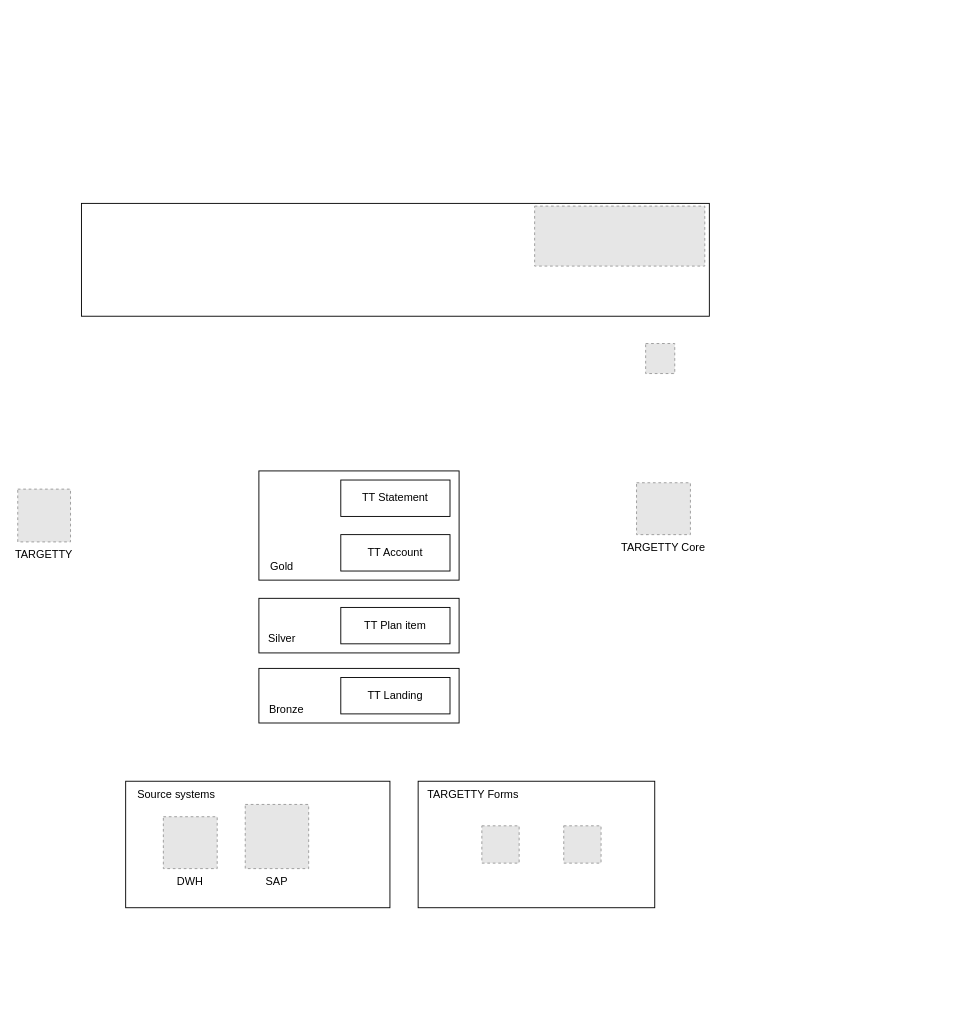
Before: page "TARGETTY" (1 of 3) of TARGETTY_architecture.drawio in lhlavac/Architecture, a draw.io diagram. Source tidied: cells renumbered, new cells numbered last; positions are measured from the earlier drawing's top-left corner, leaving out a move shared by most shapes. Both pictures are drawn from the tidied source at 91%, with x=0, y=0 at pixel (17, 203). Pictures stored in the file or linked from it are replaced by grey dashed boxes.
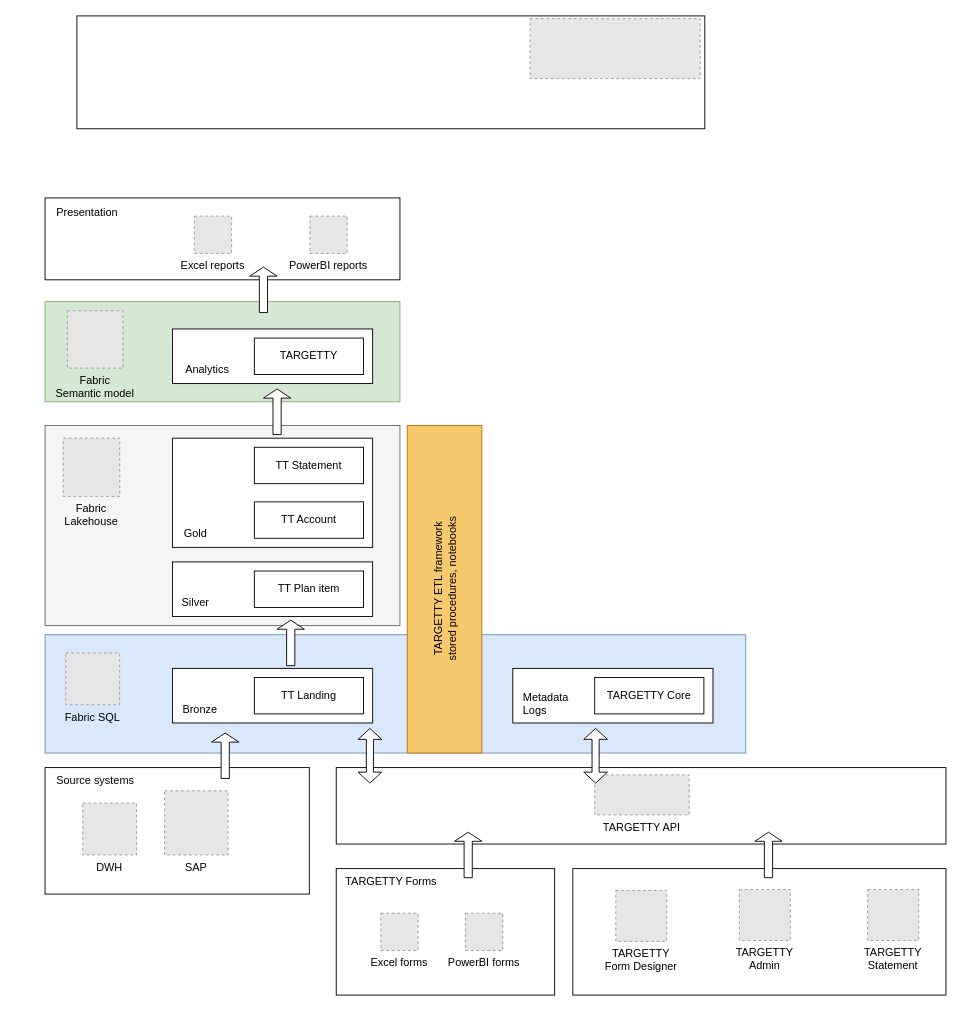
The same diagram, later.

Change to the diagram source:
```diff
@@
+    <mxCell id="25" style="rounded=0;whiteSpace=wrap;html=1;" parent="1" vertex="1">
+      <mxGeometry x="610" y="731" width="410" height="139" as="geometry" />
+    </mxCell>
+    <mxCell id="26" style="rounded=0;whiteSpace=wrap;html=1;" parent="1" vertex="1">
+      <mxGeometry x="350" y="620" width="670" height="84" as="geometry" />
+    </mxCell>
+    <mxCell id="27" style="rounded=0;whiteSpace=wrap;html=1;fillColor=#d5e8d4;strokeColor=#82b366;" parent="1" vertex="1">
+      <mxGeometry x="30" y="108" width="390" height="110" as="geometry" />
+    </mxCell>
+    <mxCell id="28" style="rounded=0;whiteSpace=wrap;html=1;fillColor=#f5f5f5;strokeColor=#666666;fontColor=#333333;" parent="1" vertex="1">
+      <mxGeometry x="30" y="244" width="390" height="220" as="geometry" />
+    </mxCell>
+    <mxCell id="29" style="rounded=0;whiteSpace=wrap;html=1;fillColor=#dae8fc;strokeColor=#6c8ebf;" parent="1" vertex="1">
+      <mxGeometry x="30" y="474" width="770" height="130" as="geometry" />
+    </mxCell>
     <mxCell id="2" style="rounded=0;whiteSpace=wrap;html=1;" parent="1" vertex="1">
-      <mxGeometry x="440" y="635" width="260" height="139" as="geometry" />
+      <mxGeometry x="350" y="731" width="240" height="139" as="geometry" />
     </mxCell>
     <mxCell id="3" style="rounded=0;whiteSpace=wrap;html=1;" parent="1" vertex="1">
-      <mxGeometry x="118.6" y="635" width="290.4" height="139" as="geometry" />
+      <mxGeometry x="30" y="620" width="290.4" height="139" as="geometry" />
     </mxCell>
     <mxCell id="4" style="rounded=0;whiteSpace=wrap;html=1;" parent="1" vertex="1">
-      <mxGeometry x="265" y="294" width="220" height="120" as="geometry" />
+      <mxGeometry x="170" y="258" width="220" height="120" as="geometry" />
     </mxCell>
     <mxCell id="5" style="rounded=0;whiteSpace=wrap;html=1;" parent="1" vertex="1">
-      <mxGeometry x="265" y="434" width="220" height="60" as="geometry" />
+      <mxGeometry x="170" y="394" width="220" height="60" as="geometry" />
     </mxCell>
     <mxCell id="6" style="rounded=0;whiteSpace=wrap;html=1;" parent="1" vertex="1">
-      <mxGeometry x="265" y="511" width="220" height="60" as="geometry" />
+      <mxGeometry x="170" y="511" width="220" height="60" as="geometry" />
     </mxCell>
     <mxCell id="7" style="rounded=0;whiteSpace=wrap;html=1;" parent="1" vertex="1">
-      <mxGeometry x="70" width="690" height="124" as="geometry" />
+      <mxGeometry x="65" y="-206" width="690" height="124" as="geometry" />
     </mxCell>
     <mxCell id="8" style="fillColor=#E6E6E6;strokeColor=#999999;dashed=1;verticalLabelPosition=bottom;labelBackgroundColor=default;verticalAlign=top;" parent="1" vertex="1">
-      <mxGeometry x="568" y="3" width="187" height="65.9" as="geometry" />
+      <mxGeometry x="563" y="-203" width="187" height="65.9" as="geometry" />
     </mxCell>
-    <mxCell id="9" value="TARGETTY Core" style="fillColor=#E6E6E6;strokeColor=#999999;dashed=1;verticalLabelPosition=bottom;labelBackgroundColor=default;verticalAlign=top;" parent="1" vertex="1">
-      <mxGeometry x="680" y="307" width="59.2" height="57" as="geometry" />
+    <mxCell id="9" value="Fabric SQL" style="fillColor=#E6E6E6;strokeColor=#999999;dashed=1;verticalLabelPosition=bottom;labelBackgroundColor=#DAE8FC;verticalAlign=top;" parent="1" vertex="1">
+      <mxGeometry x="52.8" y="494" width="59.2" height="57" as="geometry" />
     </mxCell>
-    <mxCell id="10" value="TARGETTY" style="fillColor=#E6E6E6;strokeColor=#999999;dashed=1;verticalLabelPosition=bottom;verticalAlign=top;" parent="1" vertex="1">
-      <mxGeometry y="314" width="58" height="58" as="geometry" />
-    </mxCell>
-    <mxCell id="11" style="fillColor=#E6E6E6;strokeColor=#999999;dashed=1;verticalLabelPosition=bottom;verticalAlign=top;" parent="1" vertex="1">
-      <mxGeometry x="690" y="154" width="32" height="33" as="geometry" />
+    <mxCell id="11" value="Fabric&#10;Semantic model" style="fillColor=#E6E6E6;strokeColor=#999999;dashed=1;verticalLabelPosition=bottom;verticalAlign=top;" parent="1" vertex="1">
+      <mxGeometry x="54.5" y="118" width="61.1" height="63" as="geometry" />
     </mxCell>
     <mxCell id="12" value="TT Landing" style="rounded=0;whiteSpace=wrap;html=1;" parent="1" vertex="1">
-      <mxGeometry x="355" y="521" width="120" height="40" as="geometry" />
+      <mxGeometry x="260" y="521" width="120" height="40" as="geometry" />
     </mxCell>
     <mxCell id="13" value="TT Plan item" style="rounded=0;whiteSpace=wrap;html=1;" parent="1" vertex="1">
-      <mxGeometry x="355" y="444" width="120" height="40" as="geometry" />
+      <mxGeometry x="260" y="404" width="120" height="40" as="geometry" />
     </mxCell>
     <mxCell id="14" value="TT Account" style="rounded=0;whiteSpace=wrap;html=1;" parent="1" vertex="1">
-      <mxGeometry x="355" y="364" width="120" height="40" as="geometry" />
+      <mxGeometry x="260" y="328" width="120" height="40" as="geometry" />
     </mxCell>
     <mxCell id="15" value="TT Statement" style="rounded=0;whiteSpace=wrap;html=1;" parent="1" vertex="1">
-      <mxGeometry x="355" y="304" width="120" height="40" as="geometry" />
+      <mxGeometry x="260" y="268" width="120" height="40" as="geometry" />
     </mxCell>
     <mxCell id="16" value="Bronze" style="text;html=1;align=center;verticalAlign=middle;strokeColor=none;fillColor=none;" parent="1" vertex="1">
-      <mxGeometry x="265" y="541" width="60" height="30" as="geometry" />
+      <mxGeometry x="170" y="541" width="60" height="30" as="geometry" />
     </mxCell>
     <mxCell id="17" value="Silver" style="text;html=1;align=center;verticalAlign=middle;strokeColor=none;fillColor=none;" parent="1" vertex="1">
-      <mxGeometry x="265" y="464" width="50" height="30" as="geometry" />
+      <mxGeometry x="170" y="424" width="50" height="30" as="geometry" />
     </mxCell>
     <mxCell id="18" value="Gold" style="text;html=1;align=center;verticalAlign=middle;strokeColor=none;fillColor=none;" parent="1" vertex="1">
-      <mxGeometry x="265" y="384" width="50" height="30" as="geometry" />
+      <mxGeometry x="170" y="348" width="50" height="30" as="geometry" />
     </mxCell>
     <mxCell id="19" value="DWH" style="fillColor=#E6E6E6;strokeColor=#999999;dashed=1;verticalLabelPosition=bottom;labelBackgroundColor=default;verticalAlign=top;" parent="1" vertex="1">
-      <mxGeometry x="160" y="674" width="59.2" height="57" as="geometry" />
+      <mxGeometry x="71.4" y="659" width="59.2" height="57" as="geometry" />
     </mxCell>
     <mxCell id="20" value="SAP" style="fillColor=#E6E6E6;strokeColor=#999999;dashed=1;verticalLabelPosition=bottom;labelBackgroundColor=default;verticalAlign=top;" parent="1" vertex="1">
-      <mxGeometry x="250" y="660.5" width="69.7" height="70.5" as="geometry" />
+      <mxGeometry x="161.4" y="645.5" width="69.7" height="70.5" as="geometry" />
     </mxCell>
-    <mxCell id="21" style="fillColor=#E6E6E6;strokeColor=#999999;dashed=1;verticalLabelPosition=bottom;verticalAlign=top;" parent="1" vertex="1">
-      <mxGeometry x="600" y="684" width="41" height="41" as="geometry" />
+    <mxCell id="21" value="PowerBI forms" style="fillColor=#E6E6E6;strokeColor=#999999;dashed=1;verticalLabelPosition=bottom;verticalAlign=top;" parent="1" vertex="1">
+      <mxGeometry x="492" y="780" width="41" height="41" as="geometry" />
     </mxCell>
-    <mxCell id="22" style="fillColor=#E6E6E6;strokeColor=#999999;dashed=1;verticalLabelPosition=bottom;labelBackgroundColor=default;verticalAlign=top;" parent="1" vertex="1">
-      <mxGeometry x="510" y="684" width="41" height="41" as="geometry" />
+    <mxCell id="22" value="Excel forms" style="fillColor=#E6E6E6;strokeColor=#999999;dashed=1;verticalLabelPosition=bottom;labelBackgroundColor=default;verticalAlign=top;" parent="1" vertex="1">
+      <mxGeometry x="399" y="780" width="41" height="41" as="geometry" />
     </mxCell>
     <mxCell id="23" value="TARGETTY Forms" style="text;html=1;align=center;verticalAlign=middle;strokeColor=none;fillColor=none;" parent="1" vertex="1">
-      <mxGeometry x="440" y="635" width="120" height="30" as="geometry" />
+      <mxGeometry x="350" y="731" width="120" height="30" as="geometry" />
     </mxCell>
     <mxCell id="24" value="Source systems" style="text;html=1;align=center;verticalAlign=middle;strokeColor=none;fillColor=none;" parent="1" vertex="1">
-      <mxGeometry x="118.6" y="635" width="110" height="30" as="geometry" />
+      <mxGeometry x="30" y="620" width="110" height="30" as="geometry" />
     </mxCell>
+    <mxCell id="30" style="rounded=0;whiteSpace=wrap;html=1;" parent="1" vertex="1">
+      <mxGeometry x="544" y="511" width="220" height="60" as="geometry" />
+    </mxCell>
+    <mxCell id="31" value="TARGETTY Core" style="rounded=0;whiteSpace=wrap;html=1;" parent="1" vertex="1">
+      <mxGeometry x="634" y="521" width="120" height="40" as="geometry" />
+    </mxCell>
+    <mxCell id="32" value="Fabric&#10;Lakehouse" style="fillColor=#E6E6E6;strokeColor=#999999;dashed=1;verticalLabelPosition=bottom;verticalAlign=top;" parent="1" vertex="1">
+      <mxGeometry x="50" y="258" width="62.1" height="64" as="geometry" />
+    </mxCell>
+    <mxCell id="33" style="rounded=0;whiteSpace=wrap;html=1;" parent="1" vertex="1">
+      <mxGeometry x="170" y="138" width="220" height="60" as="geometry" />
+    </mxCell>
+    <mxCell id="10" value="TARGETTY" style="rounded=0;whiteSpace=wrap;html=1;" parent="1" vertex="1">
+      <mxGeometry x="260" y="148" width="120" height="40" as="geometry" />
+    </mxCell>
+    <mxCell id="34" value="Analytics" style="text;html=1;align=center;verticalAlign=middle;strokeColor=none;fillColor=none;" parent="1" vertex="1">
+      <mxGeometry x="173" y="168" width="70" height="30" as="geometry" />
+    </mxCell>
+    <mxCell id="35" value="TARGETTY&#10;Statement" style="fillColor=#E6E6E6;strokeColor=#999999;dashed=1;verticalLabelPosition=bottom;labelBackgroundColor=default;verticalAlign=top;" parent="1" vertex="1">
+      <mxGeometry x="934" y="754" width="56" height="56" as="geometry" />
+    </mxCell>
+    <mxCell id="36" style="shape=singleArrow;direction=north;whiteSpace=wrap;html=1;" parent="1" vertex="1">
+      <mxGeometry x="270" y="204" width="30" height="50" as="geometry" />
+    </mxCell>
+    <mxCell id="37" style="shape=singleArrow;direction=north;whiteSpace=wrap;html=1;" parent="1" vertex="1">
+      <mxGeometry x="213" y="582" width="30" height="50" as="geometry" />
+    </mxCell>
+    <mxCell id="38" style="shape=singleArrow;direction=north;whiteSpace=wrap;html=1;" parent="1" vertex="1">
+      <mxGeometry x="285" y="458" width="30" height="50" as="geometry" />
+    </mxCell>
+    <mxCell id="39" value="TARGETTY&#10;Admin" style="fillColor=#E6E6E6;strokeColor=#999999;dashed=1;verticalLabelPosition=bottom;labelBackgroundColor=default;verticalAlign=top;" parent="1" vertex="1">
+      <mxGeometry x="793" y="754" width="56" height="56" as="geometry" />
+    </mxCell>
+    <mxCell id="40" value="TARGETTY&#10;Form Designer" style="fillColor=#E6E6E6;strokeColor=#999999;dashed=1;verticalLabelPosition=bottom;labelBackgroundColor=default;verticalAlign=top;" parent="1" vertex="1">
+      <mxGeometry x="657.2" y="755" width="56" height="56" as="geometry" />
+    </mxCell>
+    <mxCell id="41" value="Metadata&lt;br&gt;&lt;div style=&quot;text-align: left;&quot;&gt;&lt;span style=&quot;background-color: initial;&quot;&gt;Logs&lt;/span&gt;&lt;/div&gt;" style="text;html=1;align=center;verticalAlign=middle;strokeColor=none;fillColor=none;" parent="1" vertex="1">
+      <mxGeometry x="545" y="530" width="70" height="40" as="geometry" />
+    </mxCell>
+    <mxCell id="42" value="TARGETTY API" style="fillColor=#E6E6E6;strokeColor=#999999;dashed=1;verticalLabelPosition=bottom;labelBackgroundColor=default;verticalAlign=top;" parent="1" vertex="1">
+      <mxGeometry x="634" y="628" width="103.9" height="44" as="geometry" />
+    </mxCell>
+    <mxCell id="43" style="shape=singleArrow;direction=north;whiteSpace=wrap;html=1;" parent="1" vertex="1">
+      <mxGeometry x="480" y="691" width="30" height="50" as="geometry" />
+    </mxCell>
+    <mxCell id="44" style="shape=singleArrow;direction=north;whiteSpace=wrap;html=1;" parent="1" vertex="1">
+      <mxGeometry x="810" y="691" width="30" height="50" as="geometry" />
+    </mxCell>
+    <mxCell id="45" style="shape=doubleArrow;direction=south;whiteSpace=wrap;html=1;" parent="1" vertex="1">
+      <mxGeometry x="374" y="577" width="26" height="60" as="geometry" />
+    </mxCell>
+    <mxCell id="46" style="shape=doubleArrow;direction=south;whiteSpace=wrap;html=1;" parent="1" vertex="1">
+      <mxGeometry x="622" y="577" width="26" height="60" as="geometry" />
+    </mxCell>
+    <mxCell id="47" style="rounded=0;whiteSpace=wrap;html=1;fillColor=#f7c96e;fontColor=#000000;strokeColor=#BD7000;" parent="1" vertex="1">
+      <mxGeometry x="428" y="244" width="82" height="360" as="geometry" />
+    </mxCell>
+    <mxCell id="48" value="TARGETTY ETL framework&lt;div&gt;stored procedures, notebooks&lt;/div&gt;" style="text;html=1;align=center;verticalAlign=middle;strokeColor=none;fillColor=none;rotation=270;" parent="1" vertex="1">
+      <mxGeometry x="380" y="404" width="180" height="40" as="geometry" />
+    </mxCell>
+    <mxCell id="49" style="rounded=0;whiteSpace=wrap;html=1;" parent="1" vertex="1">
+      <mxGeometry x="30" y="-6" width="390" height="90" as="geometry" />
+    </mxCell>
+    <mxCell id="50" value="PowerBI reports" style="fillColor=#E6E6E6;strokeColor=#999999;dashed=1;verticalLabelPosition=bottom;verticalAlign=top;" parent="1" vertex="1">
+      <mxGeometry x="321" y="14" width="41" height="41" as="geometry" />
+    </mxCell>
+    <mxCell id="51" value="Excel reports" style="fillColor=#E6E6E6;strokeColor=#999999;dashed=1;verticalLabelPosition=bottom;labelBackgroundColor=default;verticalAlign=top;" parent="1" vertex="1">
+      <mxGeometry x="194" y="14" width="41" height="41" as="geometry" />
+    </mxCell>
+    <mxCell id="52" value="Presentation" style="text;html=1;align=center;verticalAlign=middle;strokeColor=none;fillColor=none;" parent="1" vertex="1">
+      <mxGeometry x="31" y="-5" width="90" height="30" as="geometry" />
+    </mxCell>
+    <mxCell id="53" style="shape=singleArrow;direction=north;whiteSpace=wrap;html=1;" parent="1" vertex="1">
+      <mxGeometry x="255" y="70" width="30" height="50" as="geometry" />
+    </mxCell>
```
